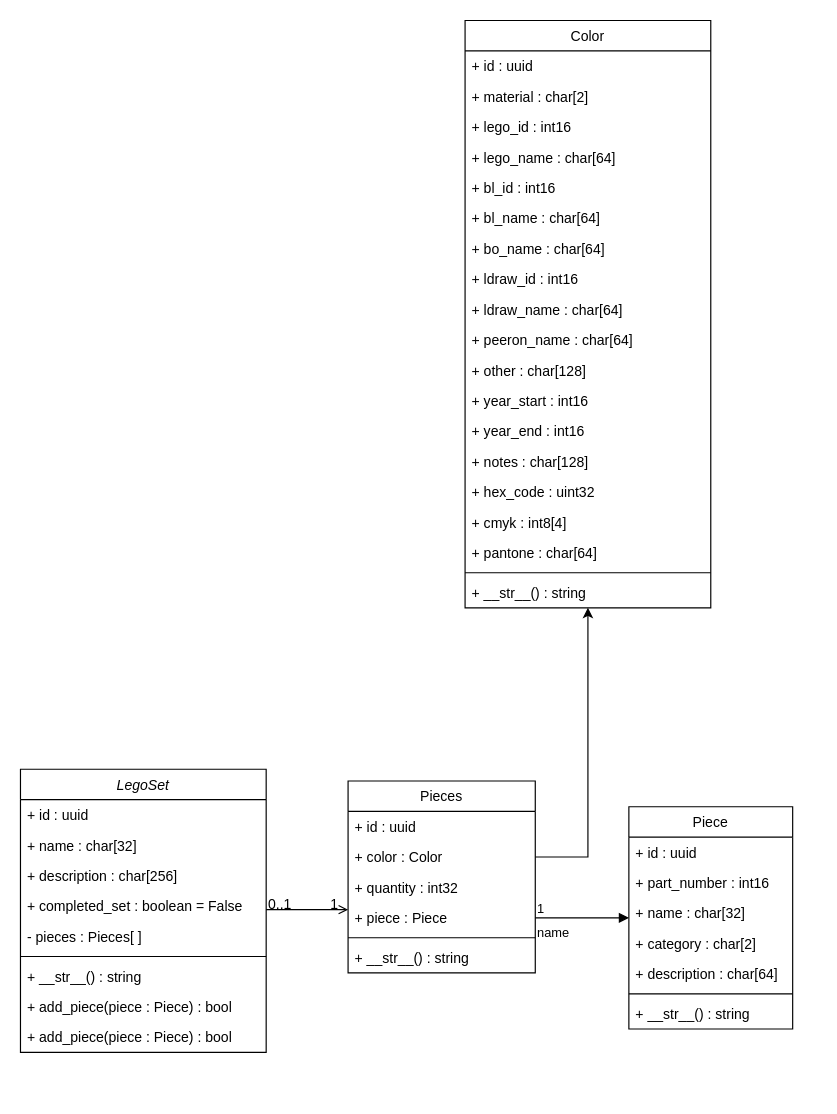
LilDataMonster/Brixilated-Server keeps this draw.io diagram as docs/Lego_Set_UML.drawio. Above is the earlier version. Source tidied: cells renumbered, new cells numbered last; positions are measured from the earlier drawing's top-left corner, leaving out a move shared by most shapes. Both pictures are drawn from the tidied source at 117%, with x=0, y=0 at pixel (20, 20).
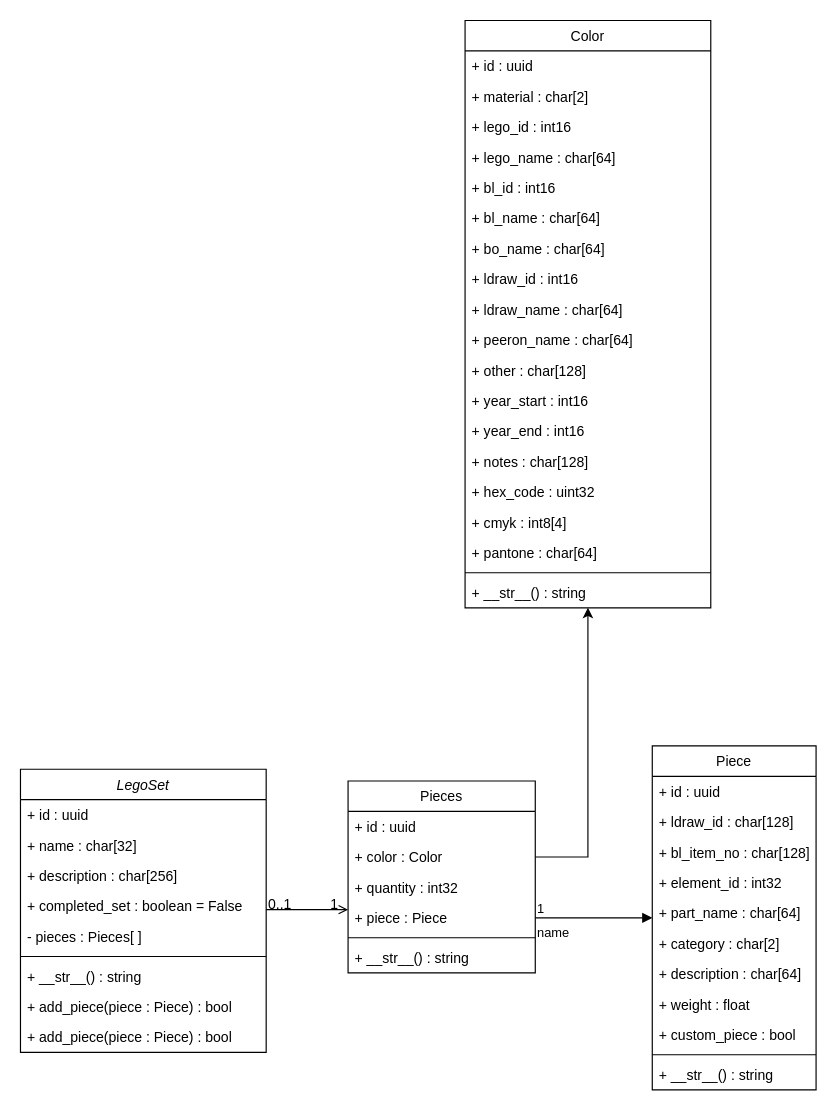
The same page after the edit.

Change to the diagram source:
```diff
@@
     <mxCell id="22" value="Piece" style="swimlane;fontStyle=0;align=center;verticalAlign=top;horizontal=1;startSize=26;rounded=0;shadow=0;strokeWidth=1;" parent="1" vertex="1">
-      <mxGeometry x="520" y="672" width="140" height="190" as="geometry" />
+      <mxGeometry x="540" y="620" width="140" height="294" as="geometry" />
     </mxCell>
@@
-    <mxCell id="24" value="+ part_number : int16" style="text;align=left;verticalAlign=top;spacingLeft=4;spacingRight=4;overflow=hidden;rounded=0;shadow=0;html=0;" parent="22" vertex="1">
+    <mxCell id="24" value="+ ldraw_id : char[128]" style="text;align=left;verticalAlign=top;spacingLeft=4;spacingRight=4;overflow=hidden;rounded=0;shadow=0;html=0;" parent="22" vertex="1">
       <mxGeometry y="52" width="140" height="26" as="geometry" />
     </mxCell>
+    <mxCell id="53" value="+ bl_item_no : char[128]" style="text;align=left;verticalAlign=top;spacingLeft=4;spacingRight=4;overflow=hidden;rounded=0;shadow=0;html=0;" parent="22" vertex="1">
+      <mxGeometry y="78" width="140" height="26" as="geometry" />
+    </mxCell>
+    <mxCell id="54" value="+ element_id : int32" style="text;align=left;verticalAlign=top;spacingLeft=4;spacingRight=4;overflow=hidden;rounded=0;shadow=0;html=0;" parent="22" vertex="1">
+      <mxGeometry y="104" width="140" height="26" as="geometry" />
+    </mxCell>
-    <mxCell id="25" value="+ name : char[32]" style="text;align=left;verticalAlign=top;spacingLeft=4;spacingRight=4;overflow=hidden;rounded=0;shadow=0;html=0;" parent="22" vertex="1">
-      <mxGeometry y="78" width="140" height="26" as="geometry" />
+    <mxCell id="25" value="+ part_name : char[64]" style="text;align=left;verticalAlign=top;spacingLeft=4;spacingRight=4;overflow=hidden;rounded=0;shadow=0;html=0;" parent="22" vertex="1">
+      <mxGeometry y="130" width="140" height="26" as="geometry" />
     </mxCell>
     <mxCell id="26" value="+ category : char[2]" style="text;align=left;verticalAlign=top;spacingLeft=4;spacingRight=4;overflow=hidden;rounded=0;shadow=0;html=0;" parent="22" vertex="1">
-      <mxGeometry y="104" width="140" height="26" as="geometry" />
+      <mxGeometry y="156" width="140" height="26" as="geometry" />
     </mxCell>
     <mxCell id="27" value="+ description : char[64]" style="text;align=left;verticalAlign=top;spacingLeft=4;spacingRight=4;overflow=hidden;rounded=0;shadow=0;html=0;" parent="22" vertex="1">
-      <mxGeometry y="130" width="140" height="26" as="geometry" />
+      <mxGeometry y="182" width="140" height="26" as="geometry" />
     </mxCell>
+    <mxCell id="55" value="+ weight : float" style="text;align=left;verticalAlign=top;spacingLeft=4;spacingRight=4;overflow=hidden;rounded=0;shadow=0;html=0;" parent="22" vertex="1">
+      <mxGeometry y="208" width="140" height="26" as="geometry" />
+    </mxCell>
+    <mxCell id="56" value="+ custom_piece : bool" style="text;align=left;verticalAlign=top;spacingLeft=4;spacingRight=4;overflow=hidden;rounded=0;shadow=0;html=0;" parent="22" vertex="1">
+      <mxGeometry y="234" width="140" height="26" as="geometry" />
+    </mxCell>
     <mxCell id="28" style="line;html=1;strokeWidth=1;align=left;verticalAlign=middle;spacingTop=-1;spacingLeft=3;spacingRight=3;labelPosition=right;" parent="22" vertex="1">
-      <mxGeometry y="156" width="140" height="8" as="geometry" />
+      <mxGeometry y="260" width="140" height="8" as="geometry" />
     </mxCell>
     <mxCell id="29" value="+ __str__() : string" style="text;align=left;verticalAlign=top;spacingLeft=4;spacingRight=4;overflow=hidden;" parent="22" vertex="1">
-      <mxGeometry y="164" width="140" height="26" as="geometry" />
+      <mxGeometry y="268" width="140" height="26" as="geometry" />
     </mxCell>
```
